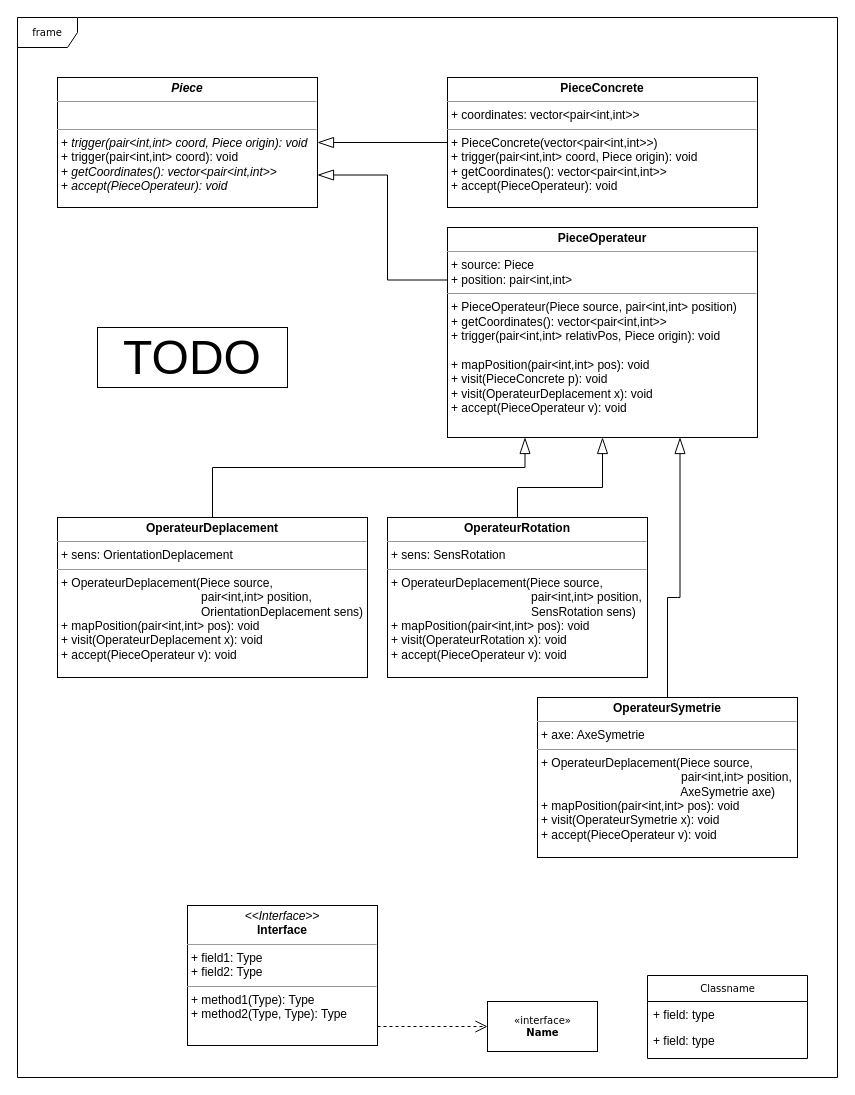
Ooooscar/ObjetAvancee keeps this draw.io diagram as UML.drawio. Above is the earlier version. Source tidied: cells renumbered, new cells numbered last; positions are measured from the earlier drawing's top-left corner, leaving out a move shared by most shapes. Both pictures are drawn from the tidied source at 100%, with x=0, y=0 at pixel (17, 17).
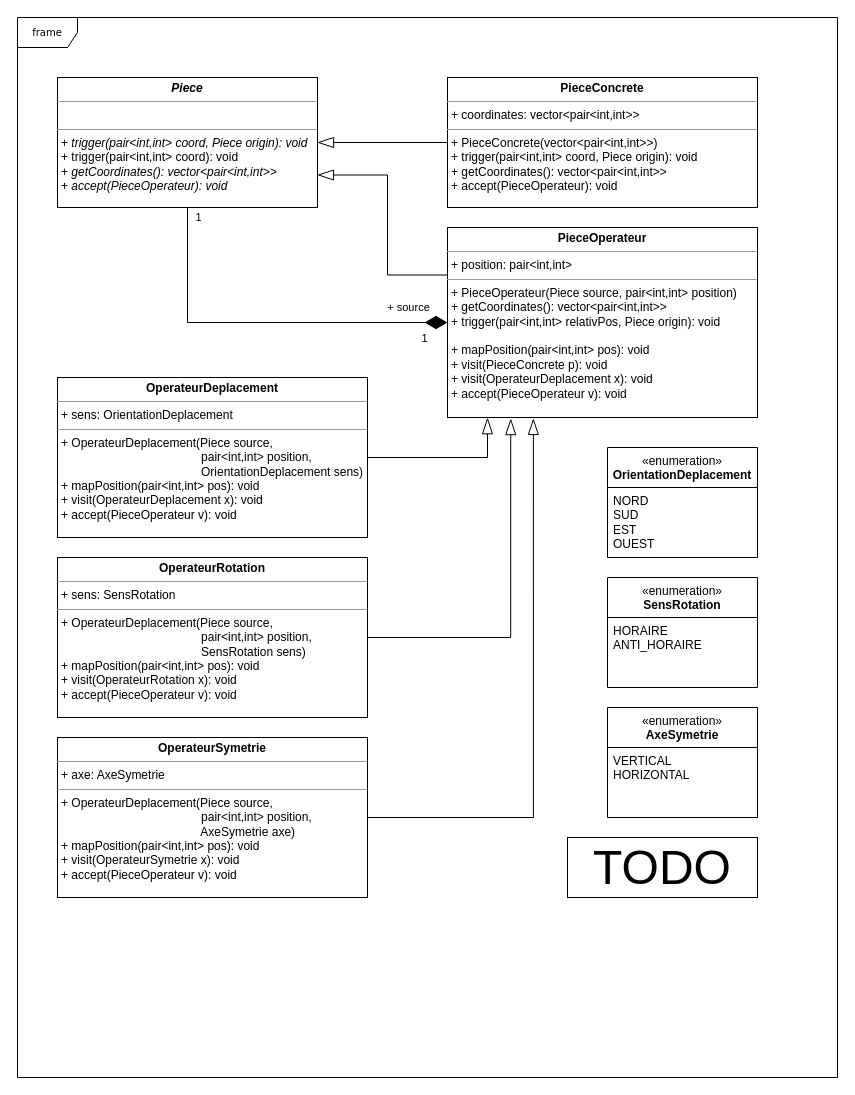
Above is the later version.

The change refers to these unchanged cells:
```xml
<mxCell id="9" value="&lt;p style=&quot;margin:0px;margin-top:4px;text-align:center;&quot;&gt;&lt;b&gt;&lt;i&gt;Piece&lt;/i&gt;&lt;/b&gt;&lt;/p&gt;&lt;hr size=&quot;1&quot;&gt;&lt;p style=&quot;margin:0px;margin-left:4px;&quot;&gt;&lt;br&gt;&lt;/p&gt;&lt;hr size=&quot;1&quot;&gt;&lt;p style=&quot;margin:0px;margin-left:4px;&quot;&gt;+ &lt;i&gt;trigger(pair&amp;lt;int,int&amp;gt; coord, Piece origin): void&lt;/i&gt;&lt;br&gt;+ trigger(pair&amp;lt;int,int&amp;gt; coord): void&lt;/p&gt;&lt;p style=&quot;margin:0px;margin-left:4px;&quot;&gt;+ &lt;i&gt;getCoordinates(): vector&amp;lt;pair&amp;lt;int,int&amp;gt;&amp;gt;&lt;/i&gt;&lt;/p&gt;&lt;p style=&quot;margin:0px;margin-left:4px;&quot;&gt;+ &lt;i&gt;accept(PieceOperateur): void&lt;/i&gt;&lt;br&gt;&lt;/p&gt;&lt;p style=&quot;margin:0px;margin-left:4px;&quot;&gt;&lt;br&gt;&lt;/p&gt;" style="verticalAlign=top;align=left;overflow=fill;fontSize=12;fontFamily=Helvetica;html=1;rounded=0;shadow=0;comic=0;labelBackgroundColor=none;strokeWidth=1;" parent="1" vertex="1">
  <mxGeometry x="40" y="60" width="260" height="130" as="geometry" />
</mxCell>
```

Diff of the diagram source:
```diff
@@
-    <mxCell id="3" value="Classname" style="swimlane;html=1;fontStyle=0;horizontal=1;startSize=26;fillColor=none;swimlaneFillColor=#ffffff;rounded=0;shadow=0;comic=0;labelBackgroundColor=none;strokeWidth=1;fontFamily=Verdana;fontSize=10;align=center;" parent="1" vertex="1">
-      <mxGeometry x="630" y="958" width="160" height="83" as="geometry" />
-    </mxCell>
-    <mxCell id="4" value="+ field: type" style="text;html=1;strokeColor=none;fillColor=none;align=left;verticalAlign=top;spacingLeft=4;spacingRight=4;whiteSpace=wrap;overflow=hidden;" parent="3" vertex="1">
-      <mxGeometry y="26" width="160" height="26" as="geometry" />
-    </mxCell>
-    <mxCell id="5" value="+ field: type" style="text;html=1;strokeColor=none;fillColor=none;align=left;verticalAlign=top;spacingLeft=4;spacingRight=4;whiteSpace=wrap;overflow=hidden;" parent="3" vertex="1">
-      <mxGeometry y="52" width="160" height="26" as="geometry" />
-    </mxCell>
-    <mxCell id="6" value="&amp;laquo;interface&amp;raquo;&lt;br&gt;&lt;b&gt;Name&lt;/b&gt;" style="html=1;rounded=0;shadow=0;comic=0;labelBackgroundColor=none;strokeWidth=1;fontFamily=Verdana;fontSize=10;align=center;" parent="1" vertex="1">
-      <mxGeometry x="470" y="984" width="110" height="50" as="geometry" />
-    </mxCell>
-    <mxCell id="7" style="edgeStyle=orthogonalEdgeStyle;rounded=0;html=1;dashed=1;labelBackgroundColor=none;startFill=0;endArrow=open;endFill=0;endSize=10;fontFamily=Verdana;fontSize=10;" parent="1" edge="1" source="8" target="6">
-      <mxGeometry relative="1" as="geometry">
-        <Array as="points">
-          <mxPoint x="390" y="1009" />
-          <mxPoint x="390" y="1009" />
-        </Array>
-      </mxGeometry>
-    </mxCell>
-    <mxCell id="8" value="&lt;p style=&quot;margin:0px;margin-top:4px;text-align:center;&quot;&gt;&lt;i&gt;&amp;lt;&amp;lt;Interface&amp;gt;&amp;gt;&lt;/i&gt;&lt;br/&gt;&lt;b&gt;Interface&lt;/b&gt;&lt;/p&gt;&lt;hr size=&quot;1&quot;/&gt;&lt;p style=&quot;margin:0px;margin-left:4px;&quot;&gt;+ field1: Type&lt;br/&gt;+ field2: Type&lt;/p&gt;&lt;hr size=&quot;1&quot;/&gt;&lt;p style=&quot;margin:0px;margin-left:4px;&quot;&gt;+ method1(Type): Type&lt;br/&gt;+ method2(Type, Type): Type&lt;/p&gt;" style="verticalAlign=top;align=left;overflow=fill;fontSize=12;fontFamily=Helvetica;html=1;rounded=0;shadow=0;comic=0;labelBackgroundColor=none;strokeWidth=1;" parent="1" vertex="1">
-      <mxGeometry x="170" y="888" width="190" height="140" as="geometry" />
-    </mxCell>
+    <mxCell id="21" value="&lt;div&gt;+ source&lt;/div&gt;" style="edgeStyle=orthogonalEdgeStyle;rounded=0;jettySize=auto;html=1;exitX=0.5;exitY=1;exitDx=0;exitDy=0;entryX=0;entryY=0.5;entryDx=0;entryDy=0;endSize=20;endArrow=diamondThin;endFill=1;" parent="1" edge="1" source="9" target="13">
+      <mxGeometry x="0.79" y="15" relative="1" as="geometry" />
+    </mxCell>
+    <mxCell id="22" value="1" style="edgeLabel;html=1;align=center;verticalAlign=middle;" parent="21" vertex="1">
+      <mxGeometry x="-0.91" y="-1" relative="1" as="geometry">
+        <mxPoint x="11" y="-8" as="offset" />
+      </mxGeometry>
+    </mxCell>
+    <mxCell id="23" value="1" style="edgeLabel;html=1;align=center;verticalAlign=middle;" parent="21" vertex="1">
+      <mxGeometry x="0.92" relative="1" as="geometry">
+        <mxPoint x="-9" y="15" as="offset" />
+      </mxGeometry>
+    </mxCell>
@@
-    <mxCell id="13" value="&lt;p style=&quot;margin:0px;margin-top:4px;text-align:center;&quot;&gt;&lt;b&gt;PieceOperateur&lt;/b&gt;&lt;/p&gt;&lt;hr size=&quot;1&quot;&gt;&lt;p style=&quot;margin:0px;margin-left:4px;&quot;&gt;+ source: Piece&lt;/p&gt;&lt;p style=&quot;margin:0px;margin-left:4px;&quot;&gt;+ position: pair&amp;lt;int,int&amp;gt;&lt;br&gt;&lt;/p&gt;&lt;hr size=&quot;1&quot;&gt;&lt;p style=&quot;margin:0px;margin-left:4px;&quot;&gt;+ PieceOperateur(Piece source, pair&amp;lt;int,int&amp;gt; position)&lt;/p&gt;&lt;p style=&quot;margin:0px;margin-left:4px;&quot;&gt;+ getCoordinates(): vector&amp;lt;pair&amp;lt;int,int&amp;gt;&amp;gt;&lt;/p&gt;&lt;p style=&quot;margin:0px;margin-left:4px;&quot;&gt;+ trigger(pair&amp;lt;int,int&amp;gt; relativPos, Piece origin): void&lt;/p&gt;&lt;p style=&quot;margin:0px;margin-left:4px;&quot;&gt;&lt;br&gt;&lt;/p&gt;&lt;p style=&quot;margin:0px;margin-left:4px;&quot;&gt;+ mapPosition(pair&amp;lt;int,int&amp;gt; pos): void&lt;/p&gt;&lt;p style=&quot;margin:0px;margin-left:4px;&quot;&gt;+ visit(PieceConcrete p): void&lt;/p&gt;&lt;p style=&quot;margin:0px;margin-left:4px;&quot;&gt;+ visit(OperateurDeplacement x): void&lt;/p&gt;&lt;p style=&quot;margin:0px;margin-left:4px;&quot;&gt;+ accept(PieceOperateur v): void&lt;br&gt;&lt;/p&gt;&lt;p style=&quot;margin:0px;margin-left:4px;&quot;&gt;&lt;/p&gt;&lt;p style=&quot;margin:0px;margin-left:4px;&quot;&gt;&lt;br&gt;&lt;/p&gt;" style="verticalAlign=top;align=left;overflow=fill;fontSize=12;fontFamily=Helvetica;html=1;rounded=0;shadow=0;comic=0;labelBackgroundColor=none;strokeWidth=1;" parent="1" vertex="1">
-      <mxGeometry x="430" y="210" width="310" height="210" as="geometry" />
+    <mxCell id="13" value="&lt;p style=&quot;margin:0px;margin-top:4px;text-align:center;&quot;&gt;&lt;b&gt;PieceOperateur&lt;/b&gt;&lt;/p&gt;&lt;hr size=&quot;1&quot;&gt;&lt;p style=&quot;margin:0px;margin-left:4px;&quot;&gt;+ position: pair&amp;lt;int,int&amp;gt;&lt;br&gt;&lt;/p&gt;&lt;hr size=&quot;1&quot;&gt;&lt;p style=&quot;margin:0px;margin-left:4px;&quot;&gt;+ PieceOperateur(Piece source, pair&amp;lt;int,int&amp;gt; position)&lt;/p&gt;&lt;p style=&quot;margin:0px;margin-left:4px;&quot;&gt;+ getCoordinates(): vector&amp;lt;pair&amp;lt;int,int&amp;gt;&amp;gt;&lt;/p&gt;&lt;p style=&quot;margin:0px;margin-left:4px;&quot;&gt;+ trigger(pair&amp;lt;int,int&amp;gt; relativPos, Piece origin): void&lt;/p&gt;&lt;p style=&quot;margin:0px;margin-left:4px;&quot;&gt;&lt;br&gt;&lt;/p&gt;&lt;p style=&quot;margin:0px;margin-left:4px;&quot;&gt;+ mapPosition(pair&amp;lt;int,int&amp;gt; pos): void&lt;/p&gt;&lt;p style=&quot;margin:0px;margin-left:4px;&quot;&gt;+ visit(PieceConcrete p): void&lt;/p&gt;&lt;p style=&quot;margin:0px;margin-left:4px;&quot;&gt;+ visit(OperateurDeplacement x): void&lt;/p&gt;&lt;p style=&quot;margin:0px;margin-left:4px;&quot;&gt;+ accept(PieceOperateur v): void&lt;br&gt;&lt;/p&gt;&lt;p style=&quot;margin:0px;margin-left:4px;&quot;&gt;&lt;/p&gt;&lt;p style=&quot;margin:0px;margin-left:4px;&quot;&gt;&lt;br&gt;&lt;/p&gt;" style="verticalAlign=top;align=left;overflow=fill;fontSize=12;fontFamily=Helvetica;html=1;rounded=0;shadow=0;comic=0;labelBackgroundColor=none;strokeWidth=1;" parent="1" vertex="1">
+      <mxGeometry x="430" y="210" width="310" height="190" as="geometry" />
     </mxCell>
     <mxCell id="14" value="&lt;p style=&quot;margin:0px;margin-top:4px;text-align:center;&quot;&gt;&lt;b&gt;OperateurDeplacement&lt;/b&gt;&lt;/p&gt;&lt;hr size=&quot;1&quot;&gt;&lt;p style=&quot;margin:0px;margin-left:4px;&quot;&gt;+ sens: OrientationDeplacement&lt;/p&gt;&lt;hr size=&quot;1&quot;&gt;&lt;p style=&quot;margin:0px;margin-left:4px;&quot;&gt;+ OperateurDeplacement(Piece source,&lt;/p&gt;&lt;p style=&quot;margin:0px;margin-left:4px;&quot;&gt;&amp;nbsp;&amp;nbsp;&amp;nbsp;&amp;nbsp;&amp;nbsp;&amp;nbsp;&amp;nbsp;&amp;nbsp;&amp;nbsp;&amp;nbsp;&amp;nbsp;&amp;nbsp;&amp;nbsp;&amp;nbsp;&amp;nbsp;&amp;nbsp;&amp;nbsp;&amp;nbsp;&amp;nbsp;&amp;nbsp;&amp;nbsp;&amp;nbsp;&amp;nbsp;&amp;nbsp;&amp;nbsp;&amp;nbsp;&amp;nbsp;&amp;nbsp;&amp;nbsp;&amp;nbsp;&amp;nbsp;&amp;nbsp;&amp;nbsp;&amp;nbsp;&amp;nbsp;&amp;nbsp;&amp;nbsp;&amp;nbsp;&amp;nbsp;&amp;nbsp;&amp;nbsp; pair&amp;lt;int,int&amp;gt; position,&lt;/p&gt;&lt;p style=&quot;margin:0px;margin-left:4px;&quot;&gt;&amp;nbsp;&amp;nbsp;&amp;nbsp;&amp;nbsp;&amp;nbsp;&amp;nbsp;&amp;nbsp;&amp;nbsp;&amp;nbsp;&amp;nbsp;&amp;nbsp;&amp;nbsp;&amp;nbsp;&amp;nbsp;&amp;nbsp;&amp;nbsp;&amp;nbsp;&amp;nbsp;&amp;nbsp;&amp;nbsp;&amp;nbsp;&amp;nbsp;&amp;nbsp;&amp;nbsp;&amp;nbsp;&amp;nbsp;&amp;nbsp;&amp;nbsp;&amp;nbsp;&amp;nbsp;&amp;nbsp;&amp;nbsp;&amp;nbsp;&amp;nbsp;&amp;nbsp;&amp;nbsp;&amp;nbsp;&amp;nbsp;&amp;nbsp;&amp;nbsp;&amp;nbsp; OrientationDeplacement sens)&lt;br&gt;&lt;/p&gt;&lt;p style=&quot;margin:0px;margin-left:4px;&quot;&gt;+ mapPosition(pair&amp;lt;int,int&amp;gt; pos): void&lt;/p&gt;&lt;p style=&quot;margin:0px;margin-left:4px;&quot;&gt;+ visit(OperateurDeplacement x): void&lt;/p&gt;&lt;p style=&quot;margin:0px;margin-left:4px;&quot;&gt;+ accept(PieceOperateur v): void&lt;br&gt;&lt;/p&gt;&lt;p style=&quot;margin:0px;margin-left:4px;&quot;&gt;&lt;/p&gt;&lt;p style=&quot;margin:0px;margin-left:4px;&quot;&gt;&lt;br&gt;&lt;/p&gt;" style="verticalAlign=top;align=left;overflow=fill;fontSize=12;fontFamily=Helvetica;html=1;rounded=0;shadow=0;comic=0;labelBackgroundColor=none;strokeWidth=1;" parent="1" vertex="1">
-      <mxGeometry x="40" y="500" width="310" height="160" as="geometry" />
+      <mxGeometry x="40" y="360" width="310" height="160" as="geometry" />
     </mxCell>
-    <mxCell id="15" style="edgeStyle=orthogonalEdgeStyle;rounded=0;jettySize=auto;html=1;exitX=0.5;exitY=0;exitDx=0;exitDy=0;entryX=0.25;entryY=1;entryDx=0;entryDy=0;endArrow=blockThin;endFill=0;targetPerimeterSpacing=0;endSize=14;" parent="1" edge="1" source="14" target="13">
-      <mxGeometry relative="1" as="geometry">
-        <Array as="points">
-          <mxPoint x="195" y="450" />
-          <mxPoint x="508" y="450" />
-        </Array>
-      </mxGeometry>
-    </mxCell>
     <mxCell id="16" value="&lt;p style=&quot;margin:0px;margin-top:4px;text-align:center;&quot;&gt;&lt;b&gt;OperateurRotation&lt;/b&gt;&lt;/p&gt;&lt;hr size=&quot;1&quot;&gt;&lt;p style=&quot;margin:0px;margin-left:4px;&quot;&gt;+ sens: SensRotation&lt;/p&gt;&lt;hr size=&quot;1&quot;&gt;&lt;p style=&quot;margin:0px;margin-left:4px;&quot;&gt;+ OperateurDeplacement(Piece source,&lt;/p&gt;&lt;p style=&quot;margin:0px;margin-left:4px;&quot;&gt;&amp;nbsp;&amp;nbsp;&amp;nbsp;&amp;nbsp;&amp;nbsp;&amp;nbsp;&amp;nbsp;&amp;nbsp;&amp;nbsp;&amp;nbsp;&amp;nbsp;&amp;nbsp;&amp;nbsp;&amp;nbsp;&amp;nbsp;&amp;nbsp;&amp;nbsp;&amp;nbsp;&amp;nbsp;&amp;nbsp;&amp;nbsp;&amp;nbsp;&amp;nbsp;&amp;nbsp;&amp;nbsp;&amp;nbsp;&amp;nbsp;&amp;nbsp;&amp;nbsp;&amp;nbsp;&amp;nbsp;&amp;nbsp;&amp;nbsp;&amp;nbsp;&amp;nbsp;&amp;nbsp;&amp;nbsp;&amp;nbsp;&amp;nbsp;&amp;nbsp;&amp;nbsp; pair&amp;lt;int,int&amp;gt; position,&lt;/p&gt;&lt;p style=&quot;margin:0px;margin-left:4px;&quot;&gt;&amp;nbsp;&amp;nbsp;&amp;nbsp;&amp;nbsp;&amp;nbsp;&amp;nbsp;&amp;nbsp;&amp;nbsp;&amp;nbsp;&amp;nbsp;&amp;nbsp;&amp;nbsp;&amp;nbsp;&amp;nbsp;&amp;nbsp;&amp;nbsp;&amp;nbsp;&amp;nbsp;&amp;nbsp;&amp;nbsp;&amp;nbsp;&amp;nbsp;&amp;nbsp;&amp;nbsp;&amp;nbsp;&amp;nbsp;&amp;nbsp;&amp;nbsp;&amp;nbsp;&amp;nbsp;&amp;nbsp;&amp;nbsp;&amp;nbsp;&amp;nbsp;&amp;nbsp;&amp;nbsp;&amp;nbsp;&amp;nbsp;&amp;nbsp;&amp;nbsp;&amp;nbsp; SensRotation sens)&lt;br&gt;&lt;/p&gt;&lt;p style=&quot;margin:0px;margin-left:4px;&quot;&gt;+ mapPosition(pair&amp;lt;int,int&amp;gt; pos): void&lt;/p&gt;&lt;p style=&quot;margin:0px;margin-left:4px;&quot;&gt;+ visit(OperateurRotation x): void&lt;/p&gt;&lt;p style=&quot;margin:0px;margin-left:4px;&quot;&gt;+ accept(PieceOperateur v): void&lt;br&gt;&lt;/p&gt;&lt;p style=&quot;margin:0px;margin-left:4px;&quot;&gt;&lt;/p&gt;&lt;p style=&quot;margin:0px;margin-left:4px;&quot;&gt;&lt;br&gt;&lt;/p&gt;" style="verticalAlign=top;align=left;overflow=fill;fontSize=12;fontFamily=Helvetica;html=1;rounded=0;shadow=0;comic=0;labelBackgroundColor=none;strokeWidth=1;" parent="1" vertex="1">
-      <mxGeometry x="370" y="500" width="260" height="160" as="geometry" />
+      <mxGeometry x="40" y="540" width="310" height="160" as="geometry" />
     </mxCell>
     <mxCell id="17" value="&lt;p style=&quot;margin:0px;margin-top:4px;text-align:center;&quot;&gt;&lt;b&gt;OperateurSymetrie&lt;/b&gt;&lt;/p&gt;&lt;hr size=&quot;1&quot;&gt;&lt;p style=&quot;margin:0px;margin-left:4px;&quot;&gt;+ axe: AxeSymetrie&lt;br&gt;&lt;/p&gt;&lt;hr size=&quot;1&quot;&gt;&lt;p style=&quot;margin:0px;margin-left:4px;&quot;&gt;+ OperateurDeplacement(Piece source,&lt;/p&gt;&lt;p style=&quot;margin:0px;margin-left:4px;&quot;&gt;&amp;nbsp;&amp;nbsp;&amp;nbsp;&amp;nbsp;&amp;nbsp;&amp;nbsp;&amp;nbsp;&amp;nbsp;&amp;nbsp;&amp;nbsp;&amp;nbsp;&amp;nbsp;&amp;nbsp;&amp;nbsp;&amp;nbsp;&amp;nbsp;&amp;nbsp;&amp;nbsp;&amp;nbsp;&amp;nbsp;&amp;nbsp;&amp;nbsp;&amp;nbsp;&amp;nbsp;&amp;nbsp;&amp;nbsp;&amp;nbsp;&amp;nbsp;&amp;nbsp;&amp;nbsp;&amp;nbsp;&amp;nbsp;&amp;nbsp;&amp;nbsp;&amp;nbsp;&amp;nbsp;&amp;nbsp;&amp;nbsp;&amp;nbsp;&amp;nbsp;&amp;nbsp; pair&amp;lt;int,int&amp;gt; position,&lt;/p&gt;&lt;p style=&quot;margin:0px;margin-left:4px;&quot;&gt;&amp;nbsp;&amp;nbsp;&amp;nbsp;&amp;nbsp;&amp;nbsp;&amp;nbsp;&amp;nbsp;&amp;nbsp;&amp;nbsp;&amp;nbsp;&amp;nbsp;&amp;nbsp;&amp;nbsp;&amp;nbsp;&amp;nbsp;&amp;nbsp;&amp;nbsp;&amp;nbsp;&amp;nbsp;&amp;nbsp;&amp;nbsp;&amp;nbsp;&amp;nbsp;&amp;nbsp;&amp;nbsp;&amp;nbsp;&amp;nbsp;&amp;nbsp;&amp;nbsp;&amp;nbsp;&amp;nbsp;&amp;nbsp;&amp;nbsp;&amp;nbsp;&amp;nbsp;&amp;nbsp;&amp;nbsp;&amp;nbsp;&amp;nbsp;&amp;nbsp;&amp;nbsp; AxeSymetrie axe)&lt;br&gt;&lt;/p&gt;&lt;p style=&quot;margin:0px;margin-left:4px;&quot;&gt;+ mapPosition(pair&amp;lt;int,int&amp;gt; pos): void&lt;/p&gt;&lt;p style=&quot;margin:0px;margin-left:4px;&quot;&gt;+ visit(OperateurSymetrie x): void&lt;/p&gt;&lt;p style=&quot;margin:0px;margin-left:4px;&quot;&gt;+ accept(PieceOperateur v): void&lt;br&gt;&lt;/p&gt;&lt;p style=&quot;margin:0px;margin-left:4px;&quot;&gt;&lt;/p&gt;&lt;p style=&quot;margin:0px;margin-left:4px;&quot;&gt;&lt;br&gt;&lt;/p&gt;" style="verticalAlign=top;align=left;overflow=fill;fontSize=12;fontFamily=Helvetica;html=1;rounded=0;shadow=0;comic=0;labelBackgroundColor=none;strokeWidth=1;" parent="1" vertex="1">
-      <mxGeometry x="520" y="680" width="260" height="160" as="geometry" />
+      <mxGeometry x="40" y="720" width="310" height="160" as="geometry" />
     </mxCell>
-    <mxCell id="18" style="edgeStyle=orthogonalEdgeStyle;rounded=0;jettySize=auto;html=1;exitX=0.5;exitY=0;exitDx=0;exitDy=0;entryX=0.5;entryY=1;entryDx=0;entryDy=0;endArrow=blockThin;endFill=0;targetPerimeterSpacing=0;endSize=14;" parent="1" edge="1" source="16" target="13">
+    <mxCell id="18" style="edgeStyle=orthogonalEdgeStyle;rounded=0;jettySize=auto;html=1;exitX=1;exitY=0.5;exitDx=0;exitDy=0;entryX=0.204;entryY=1.006;entryDx=0;entryDy=0;endArrow=blockThin;endFill=0;targetPerimeterSpacing=0;endSize=14;entryPerimeter=0;" parent="1" edge="1" source="16" target="13">
       <mxGeometry relative="1" as="geometry">
         <Array as="points">
-          <mxPoint x="500" y="470" />
-          <mxPoint x="585" y="470" />
+          <mxPoint x="493" y="620" />
+          <mxPoint x="493" y="401" />
         </Array>
       </mxGeometry>
     </mxCell>
-    <mxCell id="19" style="edgeStyle=orthogonalEdgeStyle;rounded=0;jettySize=auto;html=1;exitX=0.5;exitY=0;exitDx=0;exitDy=0;entryX=0.75;entryY=1;entryDx=0;entryDy=0;endArrow=blockThin;endFill=0;targetPerimeterSpacing=0;endSize=14;" parent="1" edge="1" source="17" target="13">
+    <mxCell id="19" style="edgeStyle=orthogonalEdgeStyle;rounded=0;jettySize=auto;html=1;exitX=1;exitY=0.5;exitDx=0;exitDy=0;entryX=0.277;entryY=1.005;entryDx=0;entryDy=0;endArrow=blockThin;endFill=0;targetPerimeterSpacing=0;endSize=14;entryPerimeter=0;" parent="1" edge="1" source="17" target="13">
       <mxGeometry relative="1" as="geometry">
         <Array as="points">
-          <mxPoint x="660" y="580" />
-          <mxPoint x="663" y="580" />
-          <mxPoint x="663" y="420" />
+          <mxPoint x="516" y="800" />
         </Array>
       </mxGeometry>
     </mxCell>
     <mxCell id="20" value="&lt;font style=&quot;font-size: 48px;&quot;&gt;TODO&lt;/font&gt;" style="rounded=0;whiteSpace=wrap;html=1;" parent="1" vertex="1">
-      <mxGeometry x="80" y="310" width="190" height="60" as="geometry" />
+      <mxGeometry x="550" y="820" width="190" height="60" as="geometry" />
     </mxCell>
+    <mxCell id="24" value="«enumeration»&lt;br&gt;&lt;b&gt;OrientationDeplacement&lt;/b&gt;" style="swimlane;fontStyle=0;align=center;verticalAlign=top;horizontal=1;startSize=40;html=1;whiteSpace=wrap;" parent="1" vertex="1">
+      <mxGeometry x="590" y="430" width="150" height="110" as="geometry" />
+    </mxCell>
+    <mxCell id="25" value="NORD&lt;br&gt;SUD&lt;br&gt;EST&lt;br&gt;OUEST" style="text;html=1;strokeColor=none;fillColor=none;align=left;verticalAlign=top;spacingLeft=4;spacingRight=4;overflow=hidden;whiteSpace=wrap;" parent="24" vertex="1">
+      <mxGeometry y="40" width="150" height="70" as="geometry" />
+    </mxCell>
+    <mxCell id="26" value="&lt;div&gt;«enumeration»&lt;b&gt;&lt;br&gt;&lt;/b&gt;&lt;/div&gt;&lt;div&gt;&lt;b&gt;SensRotation&lt;/b&gt;&lt;/div&gt;" style="swimlane;fontStyle=0;align=center;verticalAlign=top;horizontal=1;startSize=40;html=1;whiteSpace=wrap;" parent="1" vertex="1">
+      <mxGeometry x="590" y="560" width="150" height="110" as="geometry" />
+    </mxCell>
+    <mxCell id="27" value="&lt;div&gt;HORAIRE&lt;/div&gt;&lt;div&gt;ANTI_HORAIRE&lt;br&gt;&lt;/div&gt;" style="text;html=1;strokeColor=none;fillColor=none;align=left;verticalAlign=top;spacingLeft=4;spacingRight=4;overflow=hidden;whiteSpace=wrap;" parent="26" vertex="1">
+      <mxGeometry y="40" width="150" height="70" as="geometry" />
+    </mxCell>
+    <mxCell id="28" value="&lt;div&gt;«enumeration»&lt;b&gt;&lt;br&gt;&lt;/b&gt;&lt;/div&gt;&lt;div&gt;&lt;b&gt;AxeSymetrie&lt;br&gt;&lt;/b&gt;&lt;/div&gt;" style="swimlane;fontStyle=0;align=center;verticalAlign=top;horizontal=1;startSize=40;html=1;whiteSpace=wrap;" parent="1" vertex="1">
+      <mxGeometry x="590" y="690" width="150" height="110" as="geometry" />
+    </mxCell>
+    <mxCell id="29" value="&lt;div&gt;VERTICAL&lt;/div&gt;&lt;div&gt;HORIZONTAL&lt;/div&gt;" style="text;html=1;strokeColor=none;fillColor=none;align=left;verticalAlign=top;spacingLeft=4;spacingRight=4;overflow=hidden;whiteSpace=wrap;" parent="28" vertex="1">
+      <mxGeometry y="40" width="150" height="70" as="geometry" />
+    </mxCell>
+    <mxCell id="15" style="edgeStyle=orthogonalEdgeStyle;rounded=0;jettySize=auto;html=1;exitX=1;exitY=0.5;exitDx=0;exitDy=0;entryX=0.129;entryY=1.001;entryDx=0;entryDy=0;endArrow=blockThin;endFill=0;targetPerimeterSpacing=0;endSize=14;entryPerimeter=0;" parent="1" edge="1" source="14" target="13">
+      <mxGeometry relative="1" as="geometry">
+        <Array as="points">
+          <mxPoint x="470" y="440" />
+        </Array>
+      </mxGeometry>
+    </mxCell>
```
